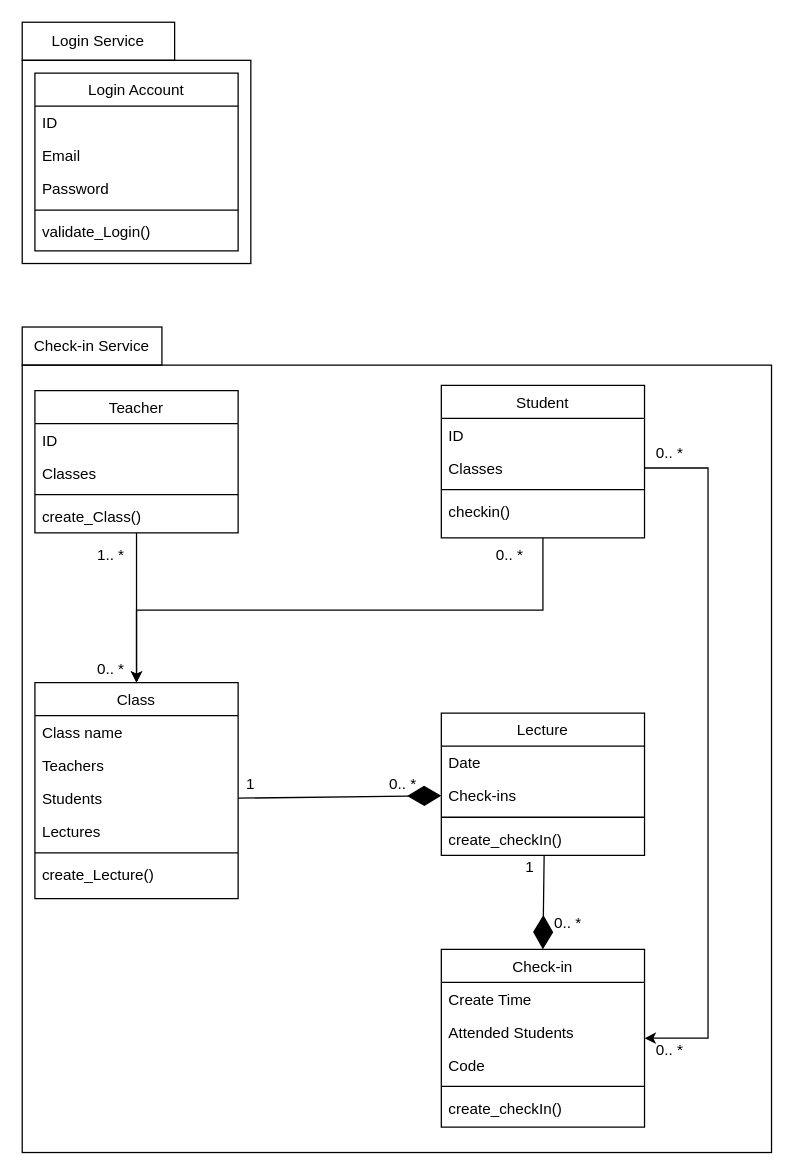
Above: Analyse & Udvikling/Class Diagram.drawio in Svensmark/DLS_Assignment2 (draw.io), before the change. Source tidied: cells renumbered, new cells numbered last; positions are measured from the earlier drawing's top-left corner, leaving out a move shared by most shapes. Both pictures are drawn from the tidied source at 127%, with x=0, y=0 at pixel (22, 22).
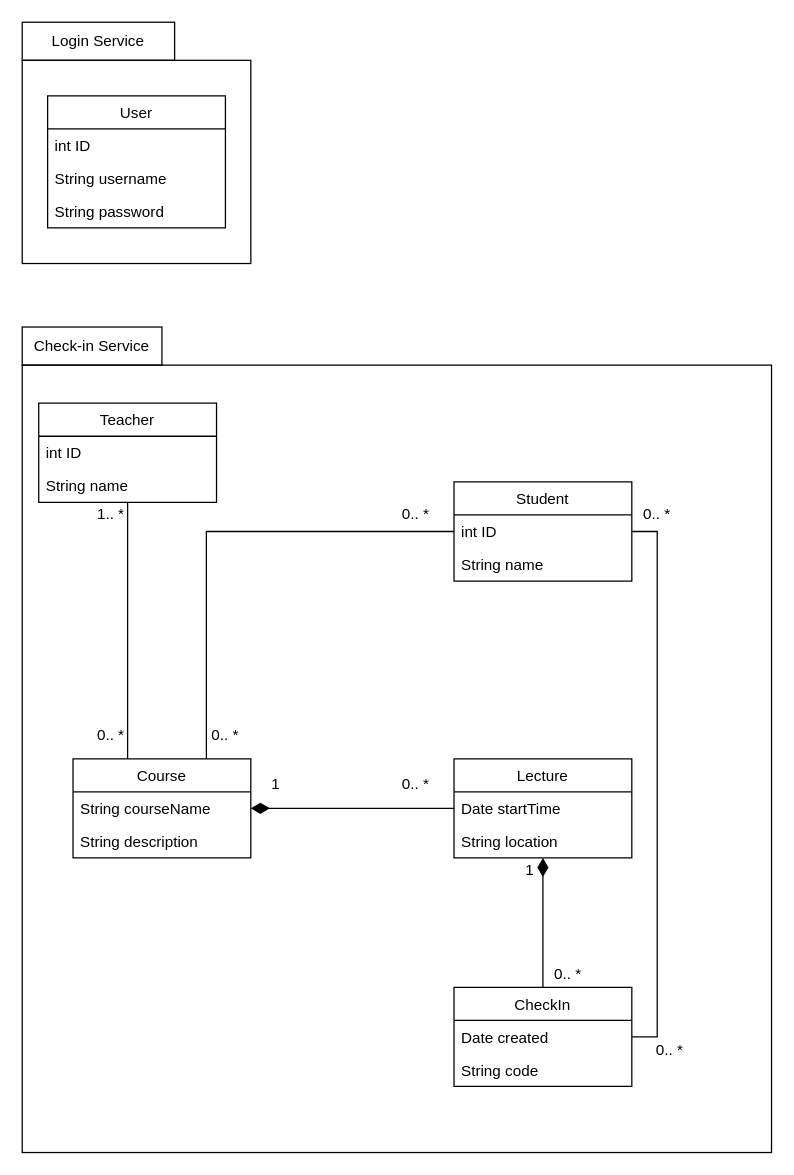
The same page after the edit.

Diff of the diagram source:
```diff
@@
-    <mxCell id="2" value="Login Account" style="swimlane;fontStyle=0;align=center;verticalAlign=top;horizontal=1;startSize=26;rounded=0;shadow=0;strokeWidth=1;" parent="1" vertex="1">
-      <mxGeometry x="10" y="40" width="160" height="140" as="geometry" />
-    </mxCell>
-    <mxCell id="3" value="ID" style="text;align=left;verticalAlign=top;spacingLeft=4;spacingRight=4;overflow=hidden;" parent="2" vertex="1">
-      <mxGeometry y="26" width="160" height="26" as="geometry" />
-    </mxCell>
-    <mxCell id="4" value="Email" style="text;align=left;verticalAlign=top;spacingLeft=4;spacingRight=4;overflow=hidden;rounded=0;shadow=0;html=0;" parent="2" vertex="1">
-      <mxGeometry y="52" width="160" height="26" as="geometry" />
-    </mxCell>
-    <mxCell id="5" value="Password" style="text;align=left;verticalAlign=top;spacingLeft=4;spacingRight=4;overflow=hidden;rounded=0;shadow=0;html=0;" parent="2" vertex="1">
-      <mxGeometry y="78" width="160" height="26" as="geometry" />
-    </mxCell>
-    <mxCell id="6" style="line;html=1;strokeWidth=1;align=left;verticalAlign=middle;spacingTop=-1;spacingLeft=3;spacingRight=3;labelPosition=right;" parent="2" vertex="1">
-      <mxGeometry y="104" width="160" height="8" as="geometry" />
-    </mxCell>
-    <mxCell id="7" value="validate_Login()" style="text;align=left;verticalAlign=top;spacingLeft=4;spacingRight=4;overflow=hidden;" parent="2" vertex="1">
-      <mxGeometry y="112" width="160" height="26" as="geometry" />
-    </mxCell>
-    <mxCell id="8" style="edgeStyle=orthogonalEdgeStyle;rounded=0;jettySize=auto;html=1;exitX=0.5;exitY=1;exitDx=0;exitDy=0;" parent="1" edge="1" source="9">
-      <mxGeometry relative="1" as="geometry">
-        <mxPoint x="90" y="520" as="targetPoint" />
-      </mxGeometry>
-    </mxCell>
-    <mxCell id="9" value="Teacher" style="swimlane;fontStyle=0;align=center;verticalAlign=top;horizontal=1;startSize=26;rounded=0;shadow=0;strokeWidth=1;" parent="1" vertex="1">
-      <mxGeometry x="10" y="290" width="160" height="112" as="geometry" />
-    </mxCell>
-    <mxCell id="10" value="ID" style="text;align=left;verticalAlign=top;spacingLeft=4;spacingRight=4;overflow=hidden;" parent="9" vertex="1">
-      <mxGeometry y="26" width="160" height="26" as="geometry" />
-    </mxCell>
-    <mxCell id="11" value="Classes" style="text;align=left;verticalAlign=top;spacingLeft=4;spacingRight=4;overflow=hidden;rounded=0;shadow=0;html=0;" parent="9" vertex="1">
-      <mxGeometry y="52" width="160" height="26" as="geometry" />
-    </mxCell>
-    <mxCell id="12" style="line;html=1;strokeWidth=1;align=left;verticalAlign=middle;spacingTop=-1;spacingLeft=3;spacingRight=3;labelPosition=right;" parent="9" vertex="1">
-      <mxGeometry y="78" width="160" height="8" as="geometry" />
-    </mxCell>
-    <mxCell id="13" value="create_Class()" style="text;align=left;verticalAlign=top;spacingLeft=4;spacingRight=4;overflow=hidden;" parent="9" vertex="1">
-      <mxGeometry y="86" width="160" height="26" as="geometry" />
-    </mxCell>
-    <mxCell id="14" style="edgeStyle=orthogonalEdgeStyle;rounded=0;jettySize=auto;html=1;exitX=0.5;exitY=1;exitDx=0;exitDy=0;entryX=0.5;entryY=0;entryDx=0;entryDy=0;" parent="1" edge="1" source="15" target="25">
-      <mxGeometry relative="1" as="geometry" />
-    </mxCell>
-    <mxCell id="15" value="Student" style="swimlane;fontStyle=0;align=center;verticalAlign=top;horizontal=1;startSize=26;rounded=0;shadow=0;strokeWidth=1;" parent="1" vertex="1">
-      <mxGeometry x="330" y="286" width="160" height="120" as="geometry" />
-    </mxCell>
-    <mxCell id="16" value="ID" style="text;align=left;verticalAlign=top;spacingLeft=4;spacingRight=4;overflow=hidden;" parent="15" vertex="1">
-      <mxGeometry y="26" width="160" height="26" as="geometry" />
-    </mxCell>
-    <mxCell id="17" value="Classes" style="text;align=left;verticalAlign=top;spacingLeft=4;spacingRight=4;overflow=hidden;points=[[0,0.5],[1,0.5]];portConstraint=eastwest;rounded=0;shadow=0;html=0;" parent="15" vertex="1">
-      <mxGeometry y="52" width="160" height="26" as="geometry" />
-    </mxCell>
-    <mxCell id="18" style="line;html=1;strokeWidth=1;align=left;verticalAlign=middle;spacingTop=-1;spacingLeft=3;spacingRight=3;labelPosition=right;" parent="15" vertex="1">
-      <mxGeometry y="78" width="160" height="8" as="geometry" />
-    </mxCell>
-    <mxCell id="19" value="checkin()" style="text;align=left;verticalAlign=top;spacingLeft=4;spacingRight=4;overflow=hidden;" parent="15" vertex="1">
-      <mxGeometry y="86" width="160" height="26" as="geometry" />
-    </mxCell>
-    <mxCell id="20" value="Lecture" style="swimlane;fontStyle=0;align=center;verticalAlign=top;horizontal=1;startSize=26;rounded=0;shadow=0;strokeWidth=1;" parent="1" vertex="1">
-      <mxGeometry x="330" y="544" width="160" height="112" as="geometry" />
-    </mxCell>
-    <mxCell id="21" value="Date" style="text;align=left;verticalAlign=top;spacingLeft=4;spacingRight=4;overflow=hidden;" parent="20" vertex="1">
-      <mxGeometry y="26" width="160" height="26" as="geometry" />
-    </mxCell>
-    <mxCell id="22" value="Check-ins" style="text;align=left;verticalAlign=top;spacingLeft=4;spacingRight=4;overflow=hidden;points=[[0,0.5],[1,0.5]];portConstraint=eastwest;rounded=0;shadow=0;html=0;" parent="20" vertex="1">
-      <mxGeometry y="52" width="160" height="26" as="geometry" />
-    </mxCell>
-    <mxCell id="23" style="line;html=1;strokeWidth=1;align=left;verticalAlign=middle;spacingTop=-1;spacingLeft=3;spacingRight=3;labelPosition=right;" parent="20" vertex="1">
-      <mxGeometry y="78" width="160" height="8" as="geometry" />
-    </mxCell>
-    <mxCell id="24" value="create_checkIn()" style="text;align=left;verticalAlign=top;spacingLeft=4;spacingRight=4;overflow=hidden;points=[[0,0.5],[1,0.5]];portConstraint=eastwest;" parent="20" vertex="1">
-      <mxGeometry y="86" width="160" height="26" as="geometry" />
-    </mxCell>
-    <mxCell id="25" value="Class" style="swimlane;fontStyle=0;align=center;verticalAlign=top;horizontal=1;startSize=26;rounded=0;shadow=0;strokeWidth=1;" parent="1" vertex="1">
-      <mxGeometry x="10" y="520" width="160" height="170" as="geometry" />
-    </mxCell>
-    <mxCell id="26" value="Class name" style="text;align=left;verticalAlign=top;spacingLeft=4;spacingRight=4;overflow=hidden;" parent="25" vertex="1">
-      <mxGeometry y="26" width="160" height="26" as="geometry" />
-    </mxCell>
-    <mxCell id="27" value="Teachers" style="text;align=left;verticalAlign=top;spacingLeft=4;spacingRight=4;overflow=hidden;rounded=0;shadow=0;html=0;" parent="25" vertex="1">
-      <mxGeometry y="52" width="160" height="26" as="geometry" />
-    </mxCell>
-    <mxCell id="28" value="Students" style="text;align=left;verticalAlign=top;spacingLeft=4;spacingRight=4;overflow=hidden;points=[[0,0.5],[1,0.5]];portConstraint=eastwest;rounded=0;shadow=0;html=0;" parent="25" vertex="1">
-      <mxGeometry y="78" width="160" height="26" as="geometry" />
-    </mxCell>
-    <mxCell id="29" value="Lectures" style="text;align=left;verticalAlign=top;spacingLeft=4;spacingRight=4;overflow=hidden;rounded=0;shadow=0;html=0;" parent="25" vertex="1">
-      <mxGeometry y="104" width="160" height="26" as="geometry" />
-    </mxCell>
-    <mxCell id="30" style="line;html=1;strokeWidth=1;align=left;verticalAlign=middle;spacingTop=-1;spacingLeft=3;spacingRight=3;labelPosition=right;" parent="25" vertex="1">
-      <mxGeometry y="130" width="160" height="8" as="geometry" />
-    </mxCell>
-    <mxCell id="31" value="create_Lecture()" style="text;align=left;verticalAlign=top;spacingLeft=4;spacingRight=4;overflow=hidden;" parent="25" vertex="1">
-      <mxGeometry y="138" width="160" height="26" as="geometry" />
-    </mxCell>
@@
+    <mxCell id="35" style="rounded=0;whiteSpace=wrap;html=1;fillColor=none;" parent="1" vertex="1">
+      <mxGeometry y="270" width="590" height="620" as="geometry" />
+    </mxCell>
+    <mxCell id="54" style="edgeStyle=orthogonalEdgeStyle;rounded=0;jettySize=auto;html=1;entryX=0.5;entryY=0;entryDx=0;entryDy=0;startArrow=diamondThin;startFill=1;endArrow=none;endFill=0;endSize=12;exitX=0.5;exitY=1;exitDx=0;exitDy=0;startSize=12;" parent="1" edge="1" source="20" target="69">
+      <mxGeometry relative="1" as="geometry" />
+    </mxCell>
@@
-    <mxCell id="35" style="rounded=0;whiteSpace=wrap;html=1;fillColor=none;" parent="1" vertex="1">
-      <mxGeometry y="270" width="590" height="620" as="geometry" />
-    </mxCell>
-    <mxCell id="36" style="endArrow=diamondThin;endFill=1;endSize=24;html=1;exitX=1;exitY=0.5;exitDx=0;exitDy=0;entryX=0;entryY=0.5;entryDx=0;entryDy=0;" parent="1" edge="1" source="28" target="22">
-      <mxGeometry relative="1" as="geometry" />
-    </mxCell>
     <mxCell id="37" value="1" style="text;html=1;strokeColor=none;fillColor=none;align=center;verticalAlign=middle;whiteSpace=wrap;rounded=0;" parent="1" vertex="1">
-      <mxGeometry x="160" y="590" width="40" height="20" as="geometry" />
+      <mxGeometry x="180" y="590" width="40" height="20" as="geometry" />
     </mxCell>
     <mxCell id="38" value="0.. *" style="text;html=1;strokeColor=none;fillColor=none;align=center;verticalAlign=middle;whiteSpace=wrap;rounded=0;" parent="1" vertex="1">
-      <mxGeometry x="280" y="590" width="40" height="20" as="geometry" />
+      <mxGeometry x="290" y="590" width="40" height="20" as="geometry" />
     </mxCell>
     <mxCell id="39" value="0.. *" style="text;html=1;strokeColor=none;fillColor=none;align=center;verticalAlign=middle;whiteSpace=wrap;rounded=0;" parent="1" vertex="1">
-      <mxGeometry x="50" y="500" width="40" height="20" as="geometry" />
+      <mxGeometry x="50" y="552" width="40" height="20" as="geometry" />
     </mxCell>
     <mxCell id="40" value="1.. *" style="text;html=1;strokeColor=none;fillColor=none;align=center;verticalAlign=middle;whiteSpace=wrap;rounded=0;" parent="1" vertex="1">
-      <mxGeometry x="50" y="410" width="40" height="20" as="geometry" />
+      <mxGeometry x="50" y="378" width="40" height="20" as="geometry" />
     </mxCell>
     <mxCell id="41" value="0.. *" style="text;html=1;strokeColor=none;fillColor=none;align=center;verticalAlign=middle;whiteSpace=wrap;rounded=0;" parent="1" vertex="1">
-      <mxGeometry x="364" y="410" width="40" height="20" as="geometry" />
+      <mxGeometry x="140" y="552" width="40" height="20" as="geometry" />
     </mxCell>
-    <mxCell id="42" value="Check-in" style="swimlane;fontStyle=0;align=center;verticalAlign=top;horizontal=1;startSize=26;rounded=0;shadow=0;strokeWidth=1;" parent="1" vertex="1">
-      <mxGeometry x="330" y="730" width="160" height="140" as="geometry" />
-    </mxCell>
-    <mxCell id="43" value="Create Time" style="text;align=left;verticalAlign=top;spacingLeft=4;spacingRight=4;overflow=hidden;" parent="42" vertex="1">
-      <mxGeometry y="26" width="160" height="26" as="geometry" />
-    </mxCell>
-    <mxCell id="44" value="Attended Students&#10;" style="text;align=left;verticalAlign=top;spacingLeft=4;spacingRight=4;overflow=hidden;rounded=0;shadow=0;html=0;" parent="42" vertex="1">
-      <mxGeometry y="52" width="160" height="26" as="geometry" />
-    </mxCell>
-    <mxCell id="45" value="Code" style="text;align=left;verticalAlign=top;spacingLeft=4;spacingRight=4;overflow=hidden;rounded=0;shadow=0;html=0;" parent="42" vertex="1">
-      <mxGeometry y="78" width="160" height="26" as="geometry" />
-    </mxCell>
-    <mxCell id="46" style="line;html=1;strokeWidth=1;align=left;verticalAlign=middle;spacingTop=-1;spacingLeft=3;spacingRight=3;labelPosition=right;" parent="42" vertex="1">
-      <mxGeometry y="104" width="160" height="8" as="geometry" />
-    </mxCell>
-    <mxCell id="47" value="create_checkIn()" style="text;align=left;verticalAlign=top;spacingLeft=4;spacingRight=4;overflow=hidden;" parent="42" vertex="1">
-      <mxGeometry y="112" width="160" height="26" as="geometry" />
-    </mxCell>
-    <mxCell id="48" style="endArrow=diamondThin;endFill=1;endSize=24;html=1;entryX=0.5;entryY=0;entryDx=0;entryDy=0;exitX=0.506;exitY=1;exitDx=0;exitDy=0;exitPerimeter=0;" parent="1" edge="1" source="24" target="42">
-      <mxGeometry relative="1" as="geometry" />
-    </mxCell>
     <mxCell id="49" value="1" style="text;html=1;strokeColor=none;fillColor=none;align=center;verticalAlign=middle;whiteSpace=wrap;rounded=0;" parent="1" vertex="1">
-      <mxGeometry x="380" y="656" width="40" height="20" as="geometry" />
+      <mxGeometry x="380" y="658" width="40" height="20" as="geometry" />
     </mxCell>
     <mxCell id="50" value="0.. *" style="text;html=1;strokeColor=none;fillColor=none;align=center;verticalAlign=middle;whiteSpace=wrap;rounded=0;" parent="1" vertex="1">
-      <mxGeometry x="410" y="700" width="40" height="20" as="geometry" />
+      <mxGeometry x="410" y="740" width="40" height="20" as="geometry" />
     </mxCell>
-    <mxCell id="51" style="edgeStyle=orthogonalEdgeStyle;rounded=0;jettySize=auto;html=1;entryX=1;entryY=0.5;entryDx=0;entryDy=0;" parent="1" edge="1" source="17" target="42">
-      <mxGeometry relative="1" as="geometry">
-        <Array as="points">
-          <mxPoint x="540" y="351" />
-          <mxPoint x="540" y="800" />
-        </Array>
-      </mxGeometry>
-    </mxCell>
     <mxCell id="52" value="0.. *" style="text;html=1;strokeColor=none;fillColor=none;align=center;verticalAlign=middle;whiteSpace=wrap;rounded=0;" parent="1" vertex="1">
-      <mxGeometry x="490" y="330" width="40" height="20" as="geometry" />
+      <mxGeometry x="480" y="378" width="40" height="20" as="geometry" />
     </mxCell>
@@
+    <mxCell id="55" value="0.. *" style="text;html=1;strokeColor=none;fillColor=none;align=center;verticalAlign=middle;whiteSpace=wrap;rounded=0;" parent="1" vertex="1">
+      <mxGeometry x="290" y="378" width="40" height="20" as="geometry" />
+    </mxCell>
+    <mxCell id="56" style="edgeStyle=orthogonalEdgeStyle;rounded=0;jettySize=auto;html=1;entryX=0;entryY=0.5;entryDx=0;entryDy=0;startArrow=diamondThin;startFill=1;endArrow=none;endFill=0;endSize=12;exitX=1;exitY=0.5;exitDx=0;exitDy=0;startSize=12;" parent="1" edge="1" source="65" target="67">
+      <mxGeometry relative="1" as="geometry" />
+    </mxCell>
+    <mxCell id="57" style="edgeStyle=orthogonalEdgeStyle;rounded=0;jettySize=auto;html=1;entryX=0.307;entryY=0;entryDx=0;entryDy=0;startArrow=none;startFill=0;endArrow=none;endFill=0;endSize=12;entryPerimeter=0;" parent="1" edge="1" source="9" target="64">
+      <mxGeometry relative="1" as="geometry" />
+    </mxCell>
+    <mxCell id="9" value="Teacher" style="swimlane;fontStyle=0;horizontal=1;startSize=26;fillColor=none;" parent="1" vertex="1">
+      <mxGeometry x="13" y="300" width="140" height="78" as="geometry" />
+    </mxCell>
+    <mxCell id="58" value="int ID" style="text;strokeColor=none;fillColor=none;align=left;verticalAlign=top;spacingLeft=4;spacingRight=4;overflow=hidden;" parent="9" vertex="1">
+      <mxGeometry y="26" width="140" height="26" as="geometry" />
+    </mxCell>
+    <mxCell id="59" value="String name" style="text;strokeColor=none;fillColor=none;align=left;verticalAlign=top;spacingLeft=4;spacingRight=4;overflow=hidden;" parent="9" vertex="1">
+      <mxGeometry y="52" width="140" height="26" as="geometry" />
+    </mxCell>
+    <mxCell id="60" style="edgeStyle=orthogonalEdgeStyle;rounded=0;jettySize=auto;html=1;entryX=0.75;entryY=0;entryDx=0;entryDy=0;startArrow=none;startFill=0;endArrow=none;endFill=0;endSize=12;" parent="1" edge="1" source="15" target="64">
+      <mxGeometry relative="1" as="geometry" />
+    </mxCell>
+    <mxCell id="15" value="Student" style="swimlane;fontStyle=0;horizontal=1;startSize=26;fillColor=none;" parent="1" vertex="1">
+      <mxGeometry x="340" y="362" width="140" height="78" as="geometry" />
+    </mxCell>
+    <mxCell id="61" value="int ID" style="text;strokeColor=none;fillColor=none;align=left;verticalAlign=top;spacingLeft=4;spacingRight=4;overflow=hidden;points=[[0,0.5],[1,0.5]];portConstraint=eastwest;" parent="15" vertex="1">
+      <mxGeometry y="26" width="140" height="26" as="geometry" />
+    </mxCell>
+    <mxCell id="62" value="String name" style="text;strokeColor=none;fillColor=none;align=left;verticalAlign=top;spacingLeft=4;spacingRight=4;overflow=hidden;" parent="15" vertex="1">
+      <mxGeometry y="52" width="140" height="26" as="geometry" />
+    </mxCell>
+    <mxCell id="63" style="edgeStyle=orthogonalEdgeStyle;rounded=0;jettySize=auto;html=1;exitX=1;exitY=0.5;exitDx=0;exitDy=0;entryX=1;entryY=0.5;entryDx=0;entryDy=0;startArrow=none;startFill=0;endArrow=none;endFill=0;endSize=12;" parent="1" edge="1" source="61" target="70">
+      <mxGeometry relative="1" as="geometry" />
+    </mxCell>
+    <mxCell id="64" value="Course" style="swimlane;fontStyle=0;horizontal=1;startSize=26;fillColor=none;" parent="1" vertex="1">
+      <mxGeometry x="40" y="580" width="140" height="78" as="geometry" />
+    </mxCell>
+    <mxCell id="65" value="String courseName" style="text;strokeColor=none;fillColor=none;align=left;verticalAlign=top;spacingLeft=4;spacingRight=4;overflow=hidden;points=[[0,0.5],[1,0.5]];portConstraint=eastwest;" parent="64" vertex="1">
+      <mxGeometry y="26" width="140" height="26" as="geometry" />
+    </mxCell>
+    <mxCell id="66" value="String description" style="text;strokeColor=none;fillColor=none;align=left;verticalAlign=top;spacingLeft=4;spacingRight=4;overflow=hidden;" parent="64" vertex="1">
+      <mxGeometry y="52" width="140" height="26" as="geometry" />
+    </mxCell>
+    <mxCell id="20" value="Lecture" style="swimlane;fontStyle=0;horizontal=1;startSize=26;fillColor=none;" parent="1" vertex="1">
+      <mxGeometry x="340" y="580" width="140" height="78" as="geometry" />
+    </mxCell>
+    <mxCell id="67" value="Date startTime" style="text;strokeColor=none;fillColor=none;align=left;verticalAlign=top;spacingLeft=4;spacingRight=4;overflow=hidden;points=[[0,0.5],[1,0.5]];portConstraint=eastwest;" parent="20" vertex="1">
+      <mxGeometry y="26" width="140" height="26" as="geometry" />
+    </mxCell>
+    <mxCell id="68" value="String location" style="text;strokeColor=none;fillColor=none;align=left;verticalAlign=top;spacingLeft=4;spacingRight=4;overflow=hidden;" parent="20" vertex="1">
+      <mxGeometry y="52" width="140" height="26" as="geometry" />
+    </mxCell>
+    <mxCell id="69" value="CheckIn" style="swimlane;fontStyle=0;horizontal=1;startSize=26;fillColor=none;" parent="1" vertex="1">
+      <mxGeometry x="340" y="760" width="140" height="78" as="geometry" />
+    </mxCell>
+    <mxCell id="70" value="Date created" style="text;strokeColor=none;fillColor=none;align=left;verticalAlign=top;spacingLeft=4;spacingRight=4;overflow=hidden;points=[[0,0.5],[1,0.5]];portConstraint=eastwest;" parent="69" vertex="1">
+      <mxGeometry y="26" width="140" height="26" as="geometry" />
+    </mxCell>
+    <mxCell id="71" value="String code" style="text;strokeColor=none;fillColor=none;align=left;verticalAlign=top;spacingLeft=4;spacingRight=4;overflow=hidden;" parent="69" vertex="1">
+      <mxGeometry y="52" width="140" height="26" as="geometry" />
+    </mxCell>
+    <mxCell id="72" value="User" style="swimlane;fontStyle=0;horizontal=1;startSize=26;fillColor=none;" parent="1" vertex="1">
+      <mxGeometry x="20" y="58" width="140" height="104" as="geometry" />
+    </mxCell>
+    <mxCell id="73" value="int ID" style="text;strokeColor=none;fillColor=none;align=left;verticalAlign=top;spacingLeft=4;spacingRight=4;overflow=hidden;" parent="72" vertex="1">
+      <mxGeometry y="26" width="140" height="26" as="geometry" />
+    </mxCell>
+    <mxCell id="74" value="String username" style="text;strokeColor=none;fillColor=none;align=left;verticalAlign=top;spacingLeft=4;spacingRight=4;overflow=hidden;" parent="72" vertex="1">
+      <mxGeometry y="52" width="140" height="26" as="geometry" />
+    </mxCell>
+    <mxCell id="75" value="String password" style="text;strokeColor=none;fillColor=none;align=left;verticalAlign=top;spacingLeft=4;spacingRight=4;overflow=hidden;" parent="72" vertex="1">
+      <mxGeometry y="78" width="140" height="26" as="geometry" />
+    </mxCell>
```
